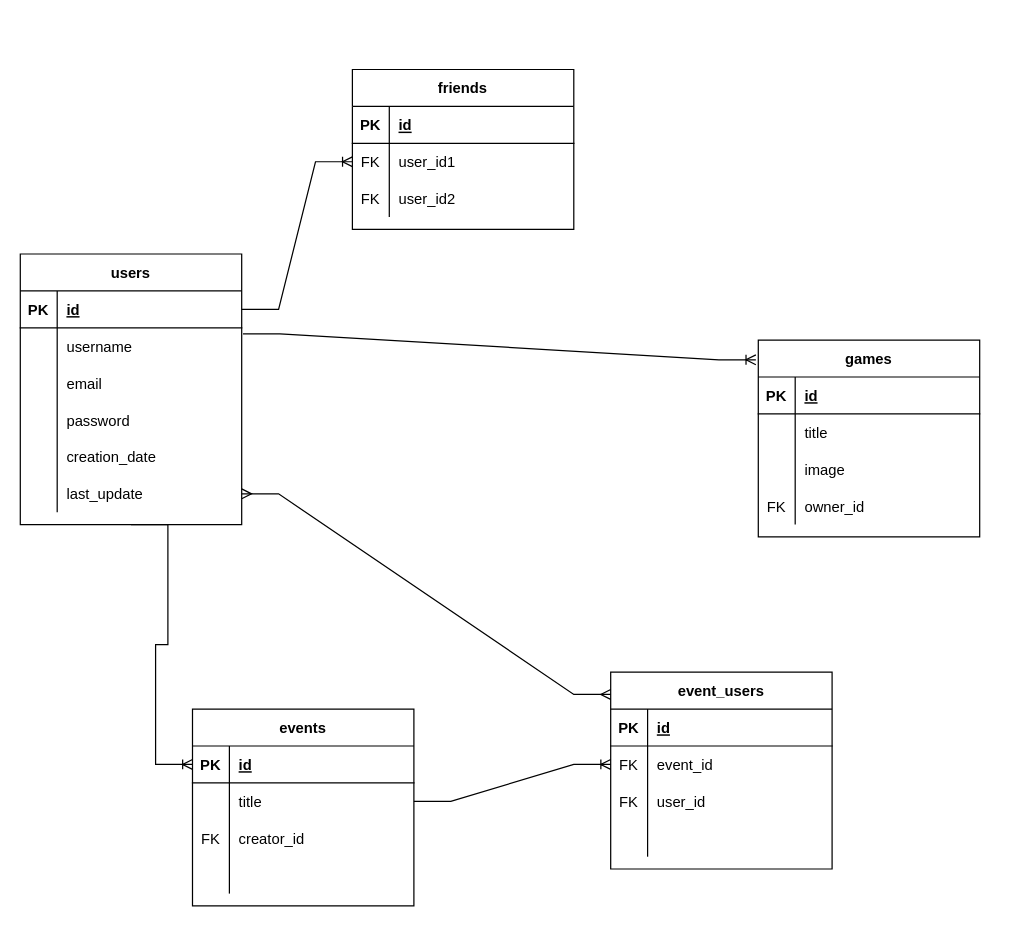
NathanAuckett/iod-learning-repo keeps this draw.io diagram as Capstone/Docs/Database structure diagram.drawio. Above is the earlier version. Source tidied: cells renumbered, new cells numbered last; positions are measured from the earlier drawing's top-left corner, leaving out a move shared by most shapes. Both pictures are drawn from the tidied source at 123%, with x=0, y=0 at pixel (20, 69).
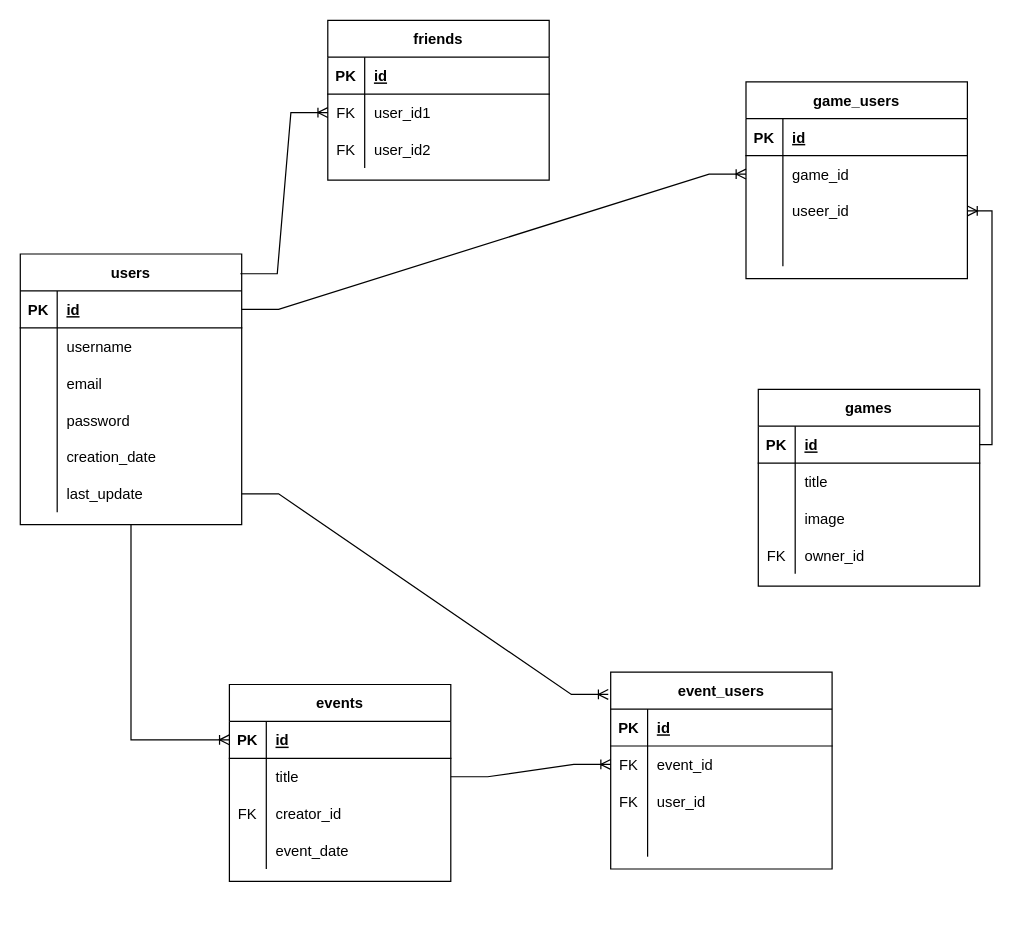
The same diagram, later.

The change refers to these unchanged cells:
```xml
<mxCell id="2" value="users" style="shape=table;startSize=30;childLayout=tableLayout;rowLines=0;fontStyle=1;align=center;" parent="1" vertex="1">
  <mxGeometry y="150" width="180" height="220" as="geometry" />
</mxCell>
<mxCell id="3" style="shape=tableRow;horizontal=0;startSize=0;swimlaneHead=0;swimlaneBody=0;fillColor=none;points=[[0,0.5],[1,0.5]];portConstraint=eastwest;top=0;left=0;right=0;bottom=1;" parent="2" vertex="1">
  <mxGeometry y="30" width="180" height="30" as="geometry" />
</mxCell>
<mxCell id="18" style="shape=tableRow;horizontal=0;startSize=0;swimlaneHead=0;swimlaneBody=0;fillColor=none;points=[[0,0.5],[1,0.5]];portConstraint=eastwest;top=0;left=0;right=0;bottom=0;" parent="2" vertex="1">
  <mxGeometry y="180" width="180" height="30" as="geometry" />
</mxCell>
<mxCell id="25" style="shape=tableRow;horizontal=0;startSize=0;swimlaneHead=0;swimlaneBody=0;fillColor=none;points=[[0,0.5],[1,0.5]];portConstraint=eastwest;top=0;left=0;right=0;bottom=0;" parent="21" vertex="1">
  <mxGeometry y="60" width="180" height="30" as="geometry" />
</mxCell>
<mxCell id="32" style="shape=tableRow;horizontal=0;startSize=0;swimlaneHead=0;swimlaneBody=0;fillColor=none;points=[[0,0.5],[1,0.5]];portConstraint=eastwest;top=0;left=0;right=0;bottom=1;" parent="31" vertex="1">
  <mxGeometry y="30" width="180" height="30" as="geometry" />
</mxCell>
<mxCell id="41" style="shape=tableRow;horizontal=0;startSize=0;swimlaneHead=0;swimlaneBody=0;fillColor=none;top=0;left=0;right=0;bottom=0;" parent="31" vertex="1">
  <mxGeometry y="120" width="180" height="30" as="geometry" />
</mxCell>
<mxCell id="44" value="event_users" style="shape=table;startSize=30;childLayout=tableLayout;rowLines=0;fontStyle=1;align=center;" parent="1" vertex="1">
  <mxGeometry x="480" y="490" width="180" height="160" as="geometry" />
</mxCell>
<mxCell id="58" style="shape=tableRow;horizontal=0;startSize=0;swimlaneHead=0;swimlaneBody=0;fillColor=none;points=[[0,0.5],[1,0.5]];portConstraint=eastwest;top=0;left=0;right=0;bottom=1;" parent="57" vertex="1">
  <mxGeometry y="30" width="180" height="30" as="geometry" />
</mxCell>
```

Change to the diagram source:
```diff
@@
     <mxCell id="21" value="friends" style="shape=table;startSize=30;childLayout=tableLayout;rowLines=0;fontStyle=1;align=center;" parent="1" vertex="1">
-      <mxGeometry x="270" width="180" height="130" as="geometry" />
+      <mxGeometry x="250" y="-40" width="180" height="130" as="geometry" />
     </mxCell>
@@
     <mxCell id="31" value="events" style="shape=table;startSize=30;childLayout=tableLayout;rowLines=0;fontStyle=1;align=center;" parent="1" vertex="1">
-      <mxGeometry x="140" y="520" width="180" height="160" as="geometry" />
+      <mxGeometry x="170" y="500" width="180" height="160" as="geometry" />
     </mxCell>
@@
-    <mxCell id="43" style="shape=partialRectangle;fillColor=none;top=0;left=0;bottom=0;right=0;align=left;spacingLeft=6;overflow=hidden;" parent="41" vertex="1">
+    <mxCell id="43" value="event_date" style="shape=partialRectangle;fillColor=none;top=0;left=0;bottom=0;right=0;align=left;spacingLeft=6;overflow=hidden;" parent="41" vertex="1">
       <mxGeometry x="30" width="150" height="30" as="geometry" />
     </mxCell>
@@
     <mxCell id="57" value="games" style="shape=table;startSize=30;childLayout=tableLayout;rowLines=0;fontStyle=1;align=center;" parent="1" vertex="1">
-      <mxGeometry x="600" y="220" width="180" height="160" as="geometry" />
+      <mxGeometry x="600" y="260" width="180" height="160" as="geometry" />
     </mxCell>
@@
-    <mxCell id="70" style="edgeStyle=entityRelationEdgeStyle;fontSize=12;html=1;endArrow=ERoneToMany;rounded=0;exitX=1.006;exitY=1.167;exitDx=0;exitDy=0;entryX=-0.011;entryY=0.1;entryDx=0;entryDy=0;exitPerimeter=0;entryPerimeter=0;" parent="1" edge="1" source="3" target="57">
-      <mxGeometry relative="1" as="geometry" />
-    </mxCell>
-    <mxCell id="71" style="edgeStyle=entityRelationEdgeStyle;fontSize=12;html=1;endArrow=ERoneToMany;rounded=0;entryX=0;entryY=0.5;entryDx=0;entryDy=0;" parent="1" edge="1" target="25">
-      <mxGeometry relative="1" as="geometry">
-        <mxPoint x="180" y="195" as="sourcePoint" />
-      </mxGeometry>
+    <mxCell id="71" style="edgeStyle=entityRelationEdgeStyle;fontSize=12;html=1;endArrow=ERoneToMany;rounded=0;entryX=0;entryY=0.5;entryDx=0;entryDy=0;exitX=0.994;exitY=0.073;exitDx=0;exitDy=0;exitPerimeter=0;" parent="1" edge="1" source="2" target="25">
+      <mxGeometry relative="1" as="geometry" />
     </mxCell>
-    <mxCell id="72" style="edgeStyle=entityRelationEdgeStyle;fontSize=12;html=1;endArrow=ERoneToMany;rounded=0;entryX=0;entryY=0.5;entryDx=0;entryDy=0;exitX=0.5;exitY=1;exitDx=0;exitDy=0;" parent="1" edge="1" source="2" target="32">
+    <mxCell id="72" style="edgeStyle=orthogonalEdgeStyle;fontSize=12;html=1;endArrow=ERoneToMany;rounded=0;entryX=0;entryY=0.5;entryDx=0;entryDy=0;exitX=0.5;exitY=1;exitDx=0;exitDy=0;" parent="1" edge="1" source="2" target="32">
       <mxGeometry relative="1" as="geometry" />
     </mxCell>
@@
+    <mxCell id="75" value="game_users" style="shape=table;startSize=30;childLayout=tableLayout;rowLines=0;fontStyle=1;align=center;" parent="1" vertex="1">
+      <mxGeometry x="590" y="10" width="180" height="160" as="geometry" />
+    </mxCell>
+    <mxCell id="76" style="shape=tableRow;horizontal=0;startSize=0;swimlaneHead=0;swimlaneBody=0;fillColor=none;top=0;left=0;right=0;bottom=1;" parent="75" vertex="1">
+      <mxGeometry y="30" width="180" height="30" as="geometry" />
+    </mxCell>
+    <mxCell id="77" value="PK" style="shape=partialRectangle;fillColor=none;top=0;left=0;bottom=0;right=0;fontStyle=1;overflow=hidden;" parent="76" vertex="1">
+      <mxGeometry width="30" height="30" as="geometry" />
+    </mxCell>
+    <mxCell id="78" value="id" style="shape=partialRectangle;fillColor=none;top=0;left=0;bottom=0;right=0;align=left;spacingLeft=6;fontStyle=5;overflow=hidden;" parent="76" vertex="1">
+      <mxGeometry x="30" width="150" height="30" as="geometry" />
+    </mxCell>
+    <mxCell id="79" style="shape=tableRow;horizontal=0;startSize=0;swimlaneHead=0;swimlaneBody=0;fillColor=none;points=[[0,0.5],[1,0.5]];portConstraint=eastwest;top=0;left=0;right=0;bottom=0;" parent="75" vertex="1">
+      <mxGeometry y="60" width="180" height="30" as="geometry" />
+    </mxCell>
+    <mxCell id="80" style="shape=partialRectangle;fillColor=none;top=0;left=0;bottom=0;right=0;overflow=hidden;" parent="79" vertex="1">
+      <mxGeometry width="30" height="30" as="geometry" />
+    </mxCell>
+    <mxCell id="81" value="game_id" style="shape=partialRectangle;fillColor=none;top=0;left=0;bottom=0;right=0;align=left;spacingLeft=6;overflow=hidden;" parent="79" vertex="1">
+      <mxGeometry x="30" width="150" height="30" as="geometry" />
+    </mxCell>
+    <mxCell id="82" style="shape=tableRow;horizontal=0;startSize=0;swimlaneHead=0;swimlaneBody=0;fillColor=none;points=[[0,0.5],[1,0.5]];portConstraint=eastwest;top=0;left=0;right=0;bottom=0;" parent="75" vertex="1">
+      <mxGeometry y="90" width="180" height="30" as="geometry" />
+    </mxCell>
+    <mxCell id="83" style="shape=partialRectangle;fillColor=none;top=0;left=0;bottom=0;right=0;overflow=hidden;" parent="82" vertex="1">
+      <mxGeometry width="30" height="30" as="geometry" />
+    </mxCell>
+    <mxCell id="84" value="useer_id" style="shape=partialRectangle;fillColor=none;top=0;left=0;bottom=0;right=0;align=left;spacingLeft=6;overflow=hidden;" parent="82" vertex="1">
+      <mxGeometry x="30" width="150" height="30" as="geometry" />
+    </mxCell>
+    <mxCell id="85" style="shape=tableRow;horizontal=0;startSize=0;swimlaneHead=0;swimlaneBody=0;fillColor=none;top=0;left=0;right=0;bottom=0;" parent="75" vertex="1">
+      <mxGeometry y="120" width="180" height="30" as="geometry" />
+    </mxCell>
+    <mxCell id="86" style="shape=partialRectangle;fillColor=none;top=0;left=0;bottom=0;right=0;overflow=hidden;" parent="85" vertex="1">
+      <mxGeometry width="30" height="30" as="geometry" />
+    </mxCell>
+    <mxCell id="87" style="shape=partialRectangle;fillColor=none;top=0;left=0;bottom=0;right=0;align=left;spacingLeft=6;overflow=hidden;" parent="85" vertex="1">
+      <mxGeometry x="30" width="150" height="30" as="geometry" />
+    </mxCell>
-    <mxCell id="74" style="edgeStyle=entityRelationEdgeStyle;fontSize=12;html=1;endArrow=ERmany;startArrow=ERmany;rounded=0;exitX=1;exitY=0.5;exitDx=0;exitDy=0;entryX=0;entryY=0.113;entryDx=0;entryDy=0;entryPerimeter=0;" parent="1" edge="1" source="18" target="44">
+    <mxCell id="74" style="edgeStyle=entityRelationEdgeStyle;fontSize=12;html=1;endArrow=ERoneToMany;rounded=0;exitX=1;exitY=0.5;exitDx=0;exitDy=0;entryX=-0.011;entryY=0.113;entryDx=0;entryDy=0;entryPerimeter=0;" parent="1" edge="1" source="18" target="44">
       <mxGeometry relative="1" as="geometry" />
     </mxCell>
+    <mxCell id="88" style="edgeStyle=entityRelationEdgeStyle;fontSize=12;html=1;endArrow=ERoneToMany;rounded=0;exitX=1;exitY=0.5;exitDx=0;exitDy=0;entryX=0;entryY=0.5;entryDx=0;entryDy=0;" parent="1" edge="1" source="3" target="79">
+      <mxGeometry relative="1" as="geometry" />
+    </mxCell>
+    <mxCell id="89" style="edgeStyle=orthogonalEdgeStyle;fontSize=12;html=1;endArrow=ERoneToMany;rounded=0;exitX=1;exitY=0.5;exitDx=0;exitDy=0;entryX=1;entryY=0.5;entryDx=0;entryDy=0;" parent="1" edge="1" source="58" target="82">
+      <mxGeometry relative="1" as="geometry" />
+    </mxCell>
```
